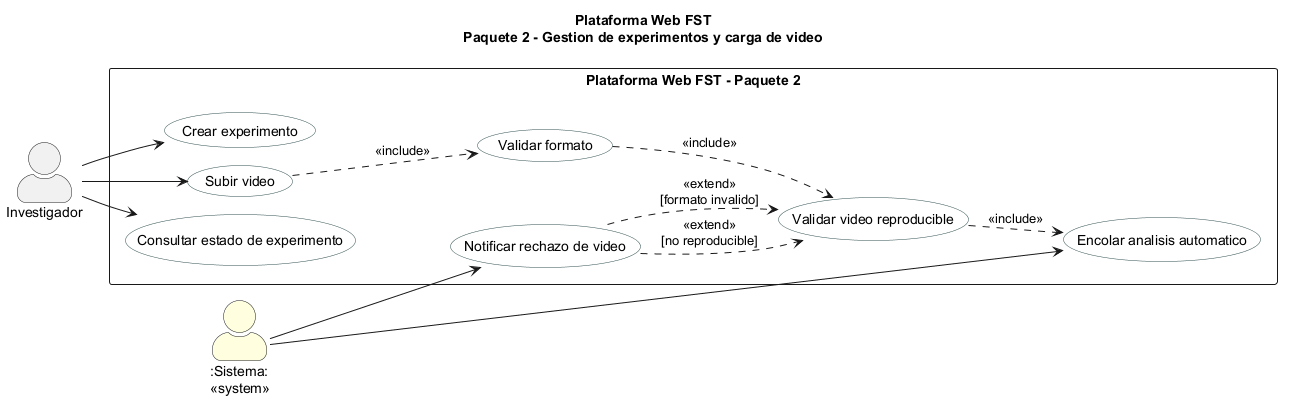
Before: figures/mermaid/cu_paquete2.png, a diagram exported from PlantUML (ErickJester/fst-ai-system-latex).
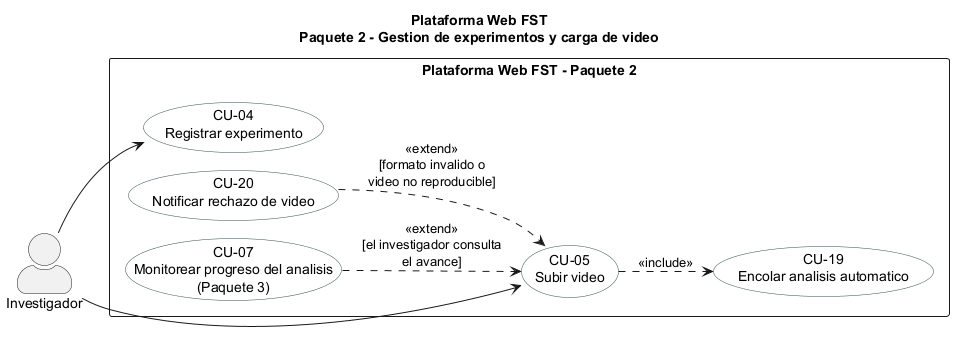
Later version of the same file.

Change to the diagram source:
```diff
@@ -9,24 +9,16 @@
   BorderColor DarkSlateGray
 }
 actor "Investigador" as INV
-actor ":Sistema:\n<<system>>" as SYS #LightYellow
 rectangle "Plataforma Web FST - Paquete 2" {
-  usecase "Crear experimento" as UC21
-  usecase "Subir video" as UC22
-  usecase "Validar formato" as UC23
-  usecase "Validar video reproducible" as UC24
-  usecase "Encolar analisis automatico" as UC25
-  usecase "Notificar rechazo de video" as UC26
-  usecase "Consultar estado de experimento" as UC27
+  usecase "CU-04\nRegistrar experimento" as CU04
+  usecase "CU-05\nSubir video" as CU05
+  usecase "CU-19\nEncolar analisis automatico" as CU19
+  usecase "CU-20\nNotificar rechazo de video" as CU20
+  usecase "CU-07\nMonitorear progreso del analisis\n(Paquete 3)" as CU07
 }
-INV --> UC21
-INV --> UC22
-INV --> UC27
-SYS --> UC25
-SYS --> UC26
-UC22 ..> UC23 : <<include>>
-UC23 ..> UC24 : <<include>>
-UC24 ..> UC25 : <<include>>
-UC26 ..> UC24 : <<extend>>\n[no reproducible]
-UC26 ..> UC24 : <<extend>>\n[formato invalido]
+INV --> CU04
+INV --> CU05
+CU05 ..> CU19 : <<include>>
+CU20 ..> CU05 : <<extend>>\n[formato invalido o\nvideo no reproducible]
+CU07 ..> CU05 : <<extend>>\n[el investigador consulta\nel avance]
 @enduml
```
